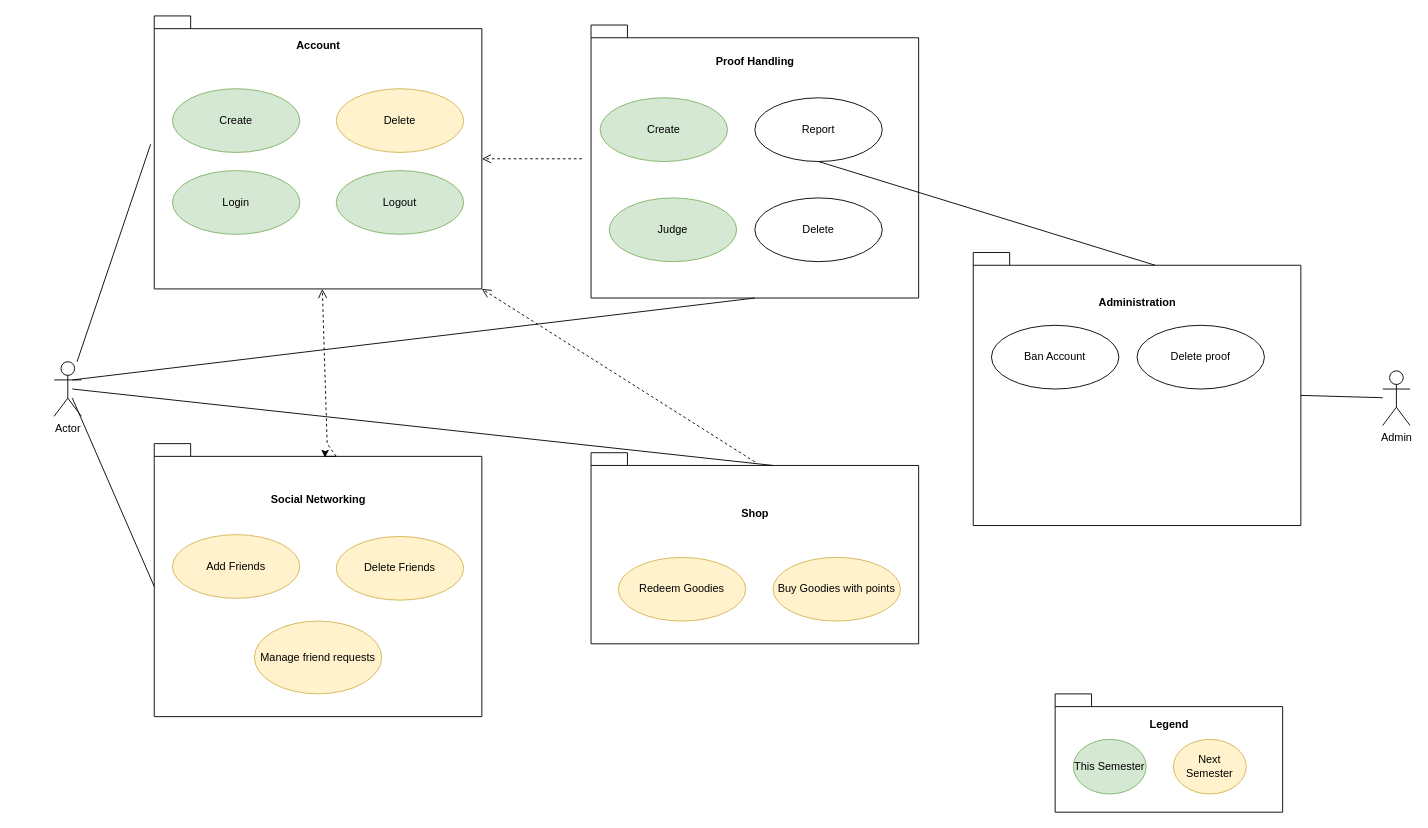
Before: DrawIO/UseCase.drawio in MichaelMGraf/DontLetYouDie, a draw.io diagram. Source tidied: cells renumbered, new cells numbered last; positions are measured from the earlier drawing's top-left corner, leaving out a move shared by most shapes. Both pictures are drawn from the tidied source at 91%, with x=0, y=0 at pixel (54, 15).
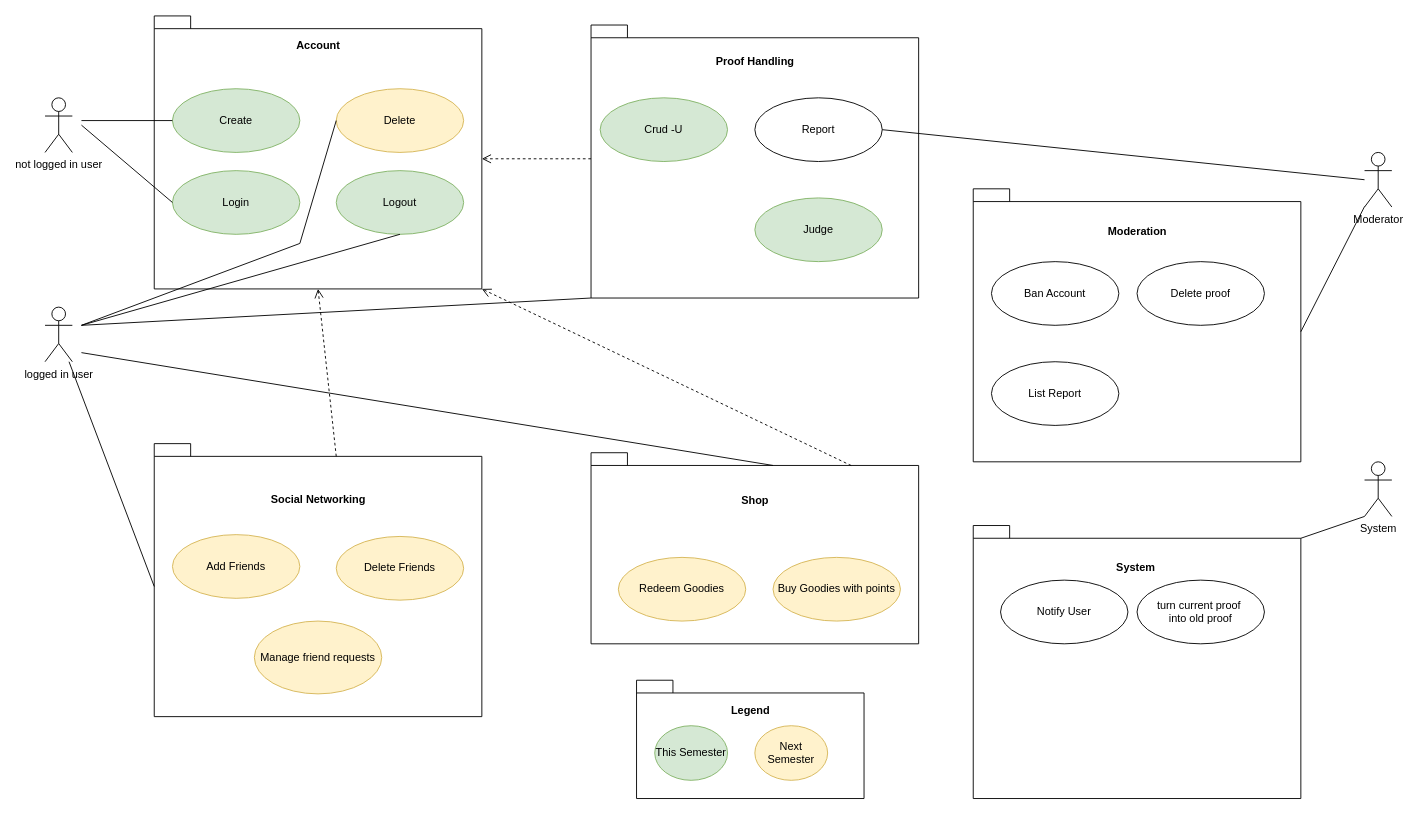
Above is the later version.

Commit message:
added logged in user and moderator and system

Unchanged cells that the change refers to:
```xml
<mxCell id="2" value="Account&lt;br&gt;&lt;br&gt;&lt;br&gt;&lt;br&gt;&lt;br&gt;&lt;br&gt;&lt;br&gt;&lt;br&gt;&lt;br&gt;&lt;br&gt;&lt;br&gt;&lt;br&gt;&lt;br&gt;&lt;br&gt;&lt;br&gt;&lt;br&gt;&lt;br&gt;&lt;br&gt;" style="shape=folder;fontStyle=1;spacingTop=10;tabWidth=40;tabHeight=14;tabPosition=left;html=1;" parent="1" vertex="1">
  <mxGeometry x="110" width="360" height="300" as="geometry" />
</mxCell>
<mxCell id="3" value="Create" style="ellipse;whiteSpace=wrap;html=1;fillColor=#d5e8d4;strokeColor=#82b366;" parent="1" vertex="1">
  <mxGeometry x="130" y="80" width="140" height="70" as="geometry" />
</mxCell>
<mxCell id="4" value="Login" style="ellipse;whiteSpace=wrap;html=1;fillColor=#d5e8d4;strokeColor=#82b366;" parent="1" vertex="1">
  <mxGeometry x="130" y="170" width="140" height="70" as="geometry" />
</mxCell>
<mxCell id="5" value="Logout" style="ellipse;whiteSpace=wrap;html=1;fillColor=#d5e8d4;strokeColor=#82b366;" parent="1" vertex="1">
  <mxGeometry x="310" y="170" width="140" height="70" as="geometry" />
</mxCell>
<mxCell id="6" value="Delete" style="ellipse;whiteSpace=wrap;html=1;fillColor=#fff2cc;strokeColor=#d6b656;" parent="1" vertex="1">
  <mxGeometry x="310" y="80" width="140" height="70" as="geometry" />
</mxCell>
<mxCell id="7" value="Proof Handling&lt;br&gt;&lt;br&gt;&lt;br&gt;&lt;br&gt;&lt;br&gt;&lt;br&gt;&lt;br&gt;&lt;br&gt;&lt;br&gt;&lt;br&gt;&lt;br&gt;&lt;br&gt;&lt;br&gt;&lt;br&gt;&lt;br&gt;&lt;br&gt;&lt;br&gt;" style="shape=folder;fontStyle=1;spacingTop=10;tabWidth=40;tabHeight=14;tabPosition=left;html=1;" parent="1" vertex="1">
  <mxGeometry x="590" y="10" width="360" height="300" as="geometry" />
</mxCell>
<mxCell id="9" value="&lt;br&gt;&lt;br&gt;Social Networking&lt;br&gt;&lt;br&gt;&lt;br&gt;&lt;br&gt;&lt;br&gt;&lt;br&gt;&lt;br&gt;&lt;br&gt;&lt;br&gt;&lt;br&gt;&lt;br&gt;&lt;br&gt;&lt;br&gt;&lt;br&gt;&lt;br&gt;&lt;br&gt;" style="shape=folder;fontStyle=1;spacingTop=10;tabWidth=40;tabHeight=14;tabPosition=left;html=1;" parent="1" vertex="1">
  <mxGeometry x="110" y="470" width="360" height="300" as="geometry" />
</mxCell>
<mxCell id="11" value="Report" style="ellipse;whiteSpace=wrap;html=1;" parent="1" vertex="1">
  <mxGeometry x="770" y="90" width="140" height="70" as="geometry" />
</mxCell>
```

Change to the diagram source:
```diff
@@
-    <mxCell id="8" value="Shop&lt;br&gt;&lt;br&gt;&lt;br&gt;&lt;br&gt;&lt;br&gt;&lt;br&gt;&lt;br&gt;" style="shape=folder;fontStyle=1;spacingTop=10;tabWidth=40;tabHeight=14;tabPosition=left;html=1;" parent="1" vertex="1">
+    <mxCell id="8" value="Shop&lt;br&gt;&lt;br&gt;&lt;br&gt;&lt;br&gt;&lt;br&gt;&lt;br&gt;&lt;br&gt;&lt;br&gt;&lt;br&gt;" style="shape=folder;fontStyle=1;spacingTop=10;tabWidth=40;tabHeight=14;tabPosition=left;html=1;" parent="1" vertex="1">
       <mxGeometry x="590" y="480" width="360" height="210" as="geometry" />
     </mxCell>
@@
-    <mxCell id="10" value="Create" style="ellipse;whiteSpace=wrap;html=1;fillColor=#d5e8d4;strokeColor=#82b366;" parent="1" vertex="1">
+    <mxCell id="10" value="Crud -U" style="ellipse;whiteSpace=wrap;html=1;fillColor=#d5e8d4;strokeColor=#82b366;" parent="1" vertex="1">
       <mxGeometry x="600" y="90" width="140" height="70" as="geometry" />
     </mxCell>
@@
-    <mxCell id="12" value="Judge" style="ellipse;whiteSpace=wrap;html=1;fillColor=#d5e8d4;strokeColor=#82b366;" parent="1" vertex="1">
-      <mxGeometry x="610" y="200" width="140" height="70" as="geometry" />
-    </mxCell>
-    <mxCell id="13" value="Delete" style="ellipse;whiteSpace=wrap;html=1;" parent="1" vertex="1">
-      <mxGeometry x="770" y="200" width="140" height="70" as="geometry" />
-    </mxCell>
@@
-    <mxCell id="19" value="Actor" style="shape=umlActor;verticalLabelPosition=bottom;verticalAlign=top;html=1;" parent="1" vertex="1">
-      <mxGeometry y="380" width="30" height="60" as="geometry" />
+    <mxCell id="19" value="logged in user" style="shape=umlActor;verticalLabelPosition=bottom;verticalAlign=top;html=1;" parent="1" vertex="1">
+      <mxGeometry x="-10" y="320" width="30" height="60" as="geometry" />
     </mxCell>
-    <mxCell id="20" value="Administration&lt;br&gt;&lt;br&gt;&lt;br&gt;&lt;br&gt;&lt;br&gt;&lt;br&gt;&lt;br&gt;&lt;br&gt;&lt;br&gt;&lt;br&gt;&lt;br&gt;&lt;br&gt;&lt;br&gt;&lt;br&gt;&lt;br&gt;" style="shape=folder;fontStyle=1;spacingTop=10;tabWidth=40;tabHeight=14;tabPosition=left;html=1;" parent="1" vertex="1">
-      <mxGeometry x="1010" y="260" width="360" height="300" as="geometry" />
+    <mxCell id="20" value="Moderation&lt;br&gt;&lt;br&gt;&lt;br&gt;&lt;br&gt;&lt;br&gt;&lt;br&gt;&lt;br&gt;&lt;br&gt;&lt;br&gt;&lt;br&gt;&lt;br&gt;&lt;br&gt;&lt;br&gt;&lt;br&gt;&lt;br&gt;&lt;br&gt;" style="shape=folder;fontStyle=1;spacingTop=10;tabWidth=40;tabHeight=14;tabPosition=left;html=1;" parent="1" vertex="1">
+      <mxGeometry x="1010" y="190" width="360" height="300" as="geometry" />
     </mxCell>
     <mxCell id="21" value="Delete proof" style="ellipse;whiteSpace=wrap;html=1;" parent="1" vertex="1">
-      <mxGeometry x="1190" y="340" width="140" height="70" as="geometry" />
+      <mxGeometry x="1190" y="270" width="140" height="70" as="geometry" />
     </mxCell>
     <mxCell id="22" value="Ban Account" style="ellipse;whiteSpace=wrap;html=1;" parent="1" vertex="1">
-      <mxGeometry x="1030" y="340" width="140" height="70" as="geometry" />
+      <mxGeometry x="1030" y="270" width="140" height="70" as="geometry" />
     </mxCell>
-    <mxCell id="23" style="endArrow=none;html=1;rounded=0;exitX=0.5;exitY=1;exitDx=0;exitDy=0;entryX=0;entryY=0;entryDx=200;entryDy=14;entryPerimeter=0;" parent="1" edge="1" source="11" target="20">
-      <mxGeometry relative="1" as="geometry" />
+    <mxCell id="23" style="endArrow=none;html=1;rounded=0;exitX=1;exitY=0.5;exitDx=0;exitDy=0;" parent="1" edge="1" source="11">
+      <mxGeometry relative="1" as="geometry">
+        <mxPoint x="1440" y="180" as="targetPoint" />
+      </mxGeometry>
     </mxCell>
-    <mxCell id="24" style="endArrow=none;html=1;rounded=0;entryX=-0.011;entryY=0.47;entryDx=0;entryDy=0;entryPerimeter=0;" parent="1" edge="1" source="19" target="2">
-      <mxGeometry relative="1" as="geometry" />
+    <mxCell id="24" style="endArrow=none;html=1;rounded=0;entryX=0;entryY=0.5;entryDx=0;entryDy=0;" parent="1" edge="1" target="3">
+      <mxGeometry relative="1" as="geometry">
+        <mxPoint x="30" y="115" as="sourcePoint" />
+      </mxGeometry>
     </mxCell>
-    <mxCell id="25" style="endArrow=none;html=1;rounded=0;exitX=0;exitY=0;exitDx=0;exitDy=157;exitPerimeter=0;" parent="1" edge="1" source="9">
-      <mxGeometry relative="1" as="geometry">
-        <mxPoint x="20" y="420" as="targetPoint" />
-      </mxGeometry>
+    <mxCell id="25" style="endArrow=none;html=1;rounded=0;exitX=0;exitY=0;exitDx=0;exitDy=157;exitPerimeter=0;" parent="1" edge="1" source="9" target="19">
+      <mxGeometry relative="1" as="geometry" />
     </mxCell>
     <mxCell id="26" style="endArrow=none;html=1;rounded=0;entryX=0;entryY=0;entryDx=200;entryDy=14;entryPerimeter=0;" parent="1" edge="1" target="8">
       <mxGeometry relative="1" as="geometry">
-        <mxPoint x="20" y="410" as="sourcePoint" />
+        <mxPoint x="30" y="370" as="sourcePoint" />
       </mxGeometry>
     </mxCell>
-    <mxCell id="27" style="endArrow=none;html=1;rounded=0;entryX=0.5;entryY=1;entryDx=0;entryDy=0;entryPerimeter=0;" parent="1" edge="1" target="7">
-      <mxGeometry relative="1" as="geometry">
-        <mxPoint x="20" y="400" as="sourcePoint" />
-      </mxGeometry>
-    </mxCell>
-    <mxCell id="28" value="Admin" style="shape=umlActor;verticalLabelPosition=bottom;verticalAlign=top;html=1;" parent="1" vertex="1">
-      <mxGeometry x="1460" y="390" width="30" height="60" as="geometry" />
+    <mxCell id="28" value="Moderator" style="shape=umlActor;verticalLabelPosition=bottom;verticalAlign=top;html=1;" parent="1" vertex="1">
+      <mxGeometry x="1440" y="150" width="30" height="60" as="geometry" />
     </mxCell>
@@
-    <mxCell id="30" style="html=1;verticalAlign=bottom;endArrow=open;dashed=1;endSize=8;rounded=0;entryX=0;entryY=0;entryDx=360;entryDy=300;entryPerimeter=0;" parent="1" edge="1" target="2">
-      <mxGeometry relative="1" as="geometry">
-        <mxPoint x="770" y="490" as="sourcePoint" />
-      </mxGeometry>
+    <mxCell id="30" style="html=1;verticalAlign=bottom;endArrow=open;dashed=1;endSize=8;rounded=0;entryX=0;entryY=0;entryDx=360;entryDy=300;entryPerimeter=0;exitX=0.794;exitY=0.067;exitDx=0;exitDy=0;exitPerimeter=0;" parent="1" edge="1" source="8" target="2">
+      <mxGeometry relative="1" as="geometry" />
     </mxCell>
     <mxCell id="31" style="html=1;verticalAlign=bottom;endArrow=open;dashed=1;endSize=8;rounded=0;entryX=0;entryY=0;entryDx=360;entryDy=157;entryPerimeter=0;" parent="1" edge="1" target="2">
       <mxGeometry relative="1" as="geometry">
-        <mxPoint x="580" y="157" as="sourcePoint" />
+        <mxPoint x="590" y="157" as="sourcePoint" />
       </mxGeometry>
     </mxCell>
-    <mxCell id="32" style="html=1;verticalAlign=bottom;endArrow=open;dashed=1;endSize=8;rounded=0;exitX=0;exitY=0;exitDx=200;exitDy=14;exitPerimeter=0;" parent="1" edge="1" source="9" target="2">
-      <mxGeometry relative="1" as="geometry">
-        <Array as="points">
-          <mxPoint x="300" y="470" />
-        </Array>
-      </mxGeometry>
-    </mxCell>
-    <mxCell id="33" style="edgeStyle=orthogonalEdgeStyle;rounded=0;orthogonalLoop=1;jettySize=auto;html=1;exitX=0;exitY=0;exitDx=200;exitDy=14;exitPerimeter=0;entryX=0.521;entryY=0.051;entryDx=0;entryDy=0;entryPerimeter=0;" parent="1" edge="1" source="9" target="9">
-      <mxGeometry relative="1" as="geometry" />
-    </mxCell>
     <mxCell id="34" value="Legend&lt;br&gt;&lt;br&gt;&lt;br&gt;&lt;br&gt;&lt;br&gt;&lt;br&gt;" style="shape=folder;fontStyle=1;spacingTop=10;tabWidth=40;tabHeight=14;tabPosition=left;html=1;" parent="1" vertex="1">
-      <mxGeometry x="1100" y="745" width="250" height="130" as="geometry" />
+      <mxGeometry x="640" y="730" width="250" height="130" as="geometry" />
     </mxCell>
     <mxCell id="35" value="This Semester" style="ellipse;whiteSpace=wrap;html=1;fillColor=#d5e8d4;strokeColor=#82b366;" parent="1" vertex="1">
-      <mxGeometry x="1120" y="795" width="80" height="60" as="geometry" />
+      <mxGeometry x="660" y="780" width="80" height="60" as="geometry" />
     </mxCell>
     <mxCell id="36" value="Next Semester" style="ellipse;whiteSpace=wrap;html=1;fillColor=#fff2cc;strokeColor=#d6b656;" parent="1" vertex="1">
-      <mxGeometry x="1230" y="795" width="80" height="60" as="geometry" />
+      <mxGeometry x="770" y="780" width="80" height="60" as="geometry" />
     </mxCell>
+    <mxCell id="37" value="not logged in user" style="shape=umlActor;verticalLabelPosition=bottom;verticalAlign=top;html=1;" parent="1" vertex="1">
+      <mxGeometry x="-10" y="90" width="30" height="60" as="geometry" />
+    </mxCell>
+    <mxCell id="38" style="endArrow=none;html=1;rounded=0;entryX=0;entryY=0.5;entryDx=0;entryDy=0;" parent="1" edge="1" target="4">
+      <mxGeometry relative="1" as="geometry">
+        <mxPoint x="30" y="120" as="sourcePoint" />
+      </mxGeometry>
+    </mxCell>
+    <mxCell id="39" style="endArrow=none;html=1;rounded=0;entryX=0;entryY=0.5;entryDx=0;entryDy=0;" parent="1" edge="1" target="6">
+      <mxGeometry relative="1" as="geometry">
+        <mxPoint x="30" y="340" as="sourcePoint" />
+        <Array as="points">
+          <mxPoint x="270" y="250" />
+        </Array>
+      </mxGeometry>
+    </mxCell>
+    <mxCell id="40" style="endArrow=none;html=1;rounded=0;entryX=0.5;entryY=1;entryDx=0;entryDy=0;" parent="1" edge="1" target="5">
+      <mxGeometry relative="1" as="geometry">
+        <mxPoint x="30" y="340" as="sourcePoint" />
+      </mxGeometry>
+    </mxCell>
+    <mxCell id="32" style="html=1;verticalAlign=bottom;endArrow=open;dashed=1;endSize=8;rounded=0;entryX=0.5;entryY=1;entryDx=0;entryDy=0;entryPerimeter=0;exitX=0;exitY=0;exitDx=200;exitDy=14;exitPerimeter=0;" parent="1" edge="1" source="9" target="2">
+      <mxGeometry relative="1" as="geometry" />
+    </mxCell>
+    <mxCell id="41" value="System" style="shape=umlActor;verticalLabelPosition=bottom;verticalAlign=top;html=1;" parent="1" vertex="1">
+      <mxGeometry x="1440" y="490" width="30" height="60" as="geometry" />
+    </mxCell>
+    <mxCell id="42" value="List Report" style="ellipse;whiteSpace=wrap;html=1;" parent="1" vertex="1">
+      <mxGeometry x="1030" y="380" width="140" height="70" as="geometry" />
+    </mxCell>
+    <mxCell id="43" value="System&amp;nbsp;&lt;br&gt;&lt;br&gt;&lt;br&gt;&lt;br&gt;&lt;br&gt;&lt;br&gt;&lt;br&gt;&lt;br&gt;&lt;br&gt;&lt;br&gt;&lt;br&gt;&lt;br&gt;&lt;br&gt;&lt;br&gt;&lt;br&gt;&lt;br&gt;" style="shape=folder;fontStyle=1;spacingTop=10;tabWidth=40;tabHeight=14;tabPosition=left;html=1;" parent="1" vertex="1">
+      <mxGeometry x="1010" y="560" width="360" height="300" as="geometry" />
+    </mxCell>
+    <mxCell id="44" value="Notify User" style="ellipse;whiteSpace=wrap;html=1;" parent="1" vertex="1">
+      <mxGeometry x="1040" y="620" width="140" height="70" as="geometry" />
+    </mxCell>
+    <mxCell id="45" value="turn current proof&amp;nbsp;&lt;br&gt;into old proof" style="ellipse;whiteSpace=wrap;html=1;" parent="1" vertex="1">
+      <mxGeometry x="1190" y="620" width="140" height="70" as="geometry" />
+    </mxCell>
+    <mxCell id="12" value="Judge" style="ellipse;whiteSpace=wrap;html=1;fillColor=#d5e8d4;strokeColor=#82b366;" parent="1" vertex="1">
+      <mxGeometry x="770" y="200" width="140" height="70" as="geometry" />
+    </mxCell>
+    <mxCell id="46" style="endArrow=none;html=1;rounded=0;entryX=0;entryY=0;entryDx=0;entryDy=300;entryPerimeter=0;" parent="1" edge="1" target="7">
+      <mxGeometry relative="1" as="geometry">
+        <mxPoint x="30" y="340" as="sourcePoint" />
+      </mxGeometry>
+    </mxCell>
+    <mxCell id="47" style="endArrow=none;html=1;rounded=0;exitX=0;exitY=0;exitDx=360;exitDy=14;exitPerimeter=0;entryX=0;entryY=1;entryDx=0;entryDy=0;entryPerimeter=0;" parent="1" edge="1" source="43" target="41">
+      <mxGeometry relative="1" as="geometry" />
+    </mxCell>
```
